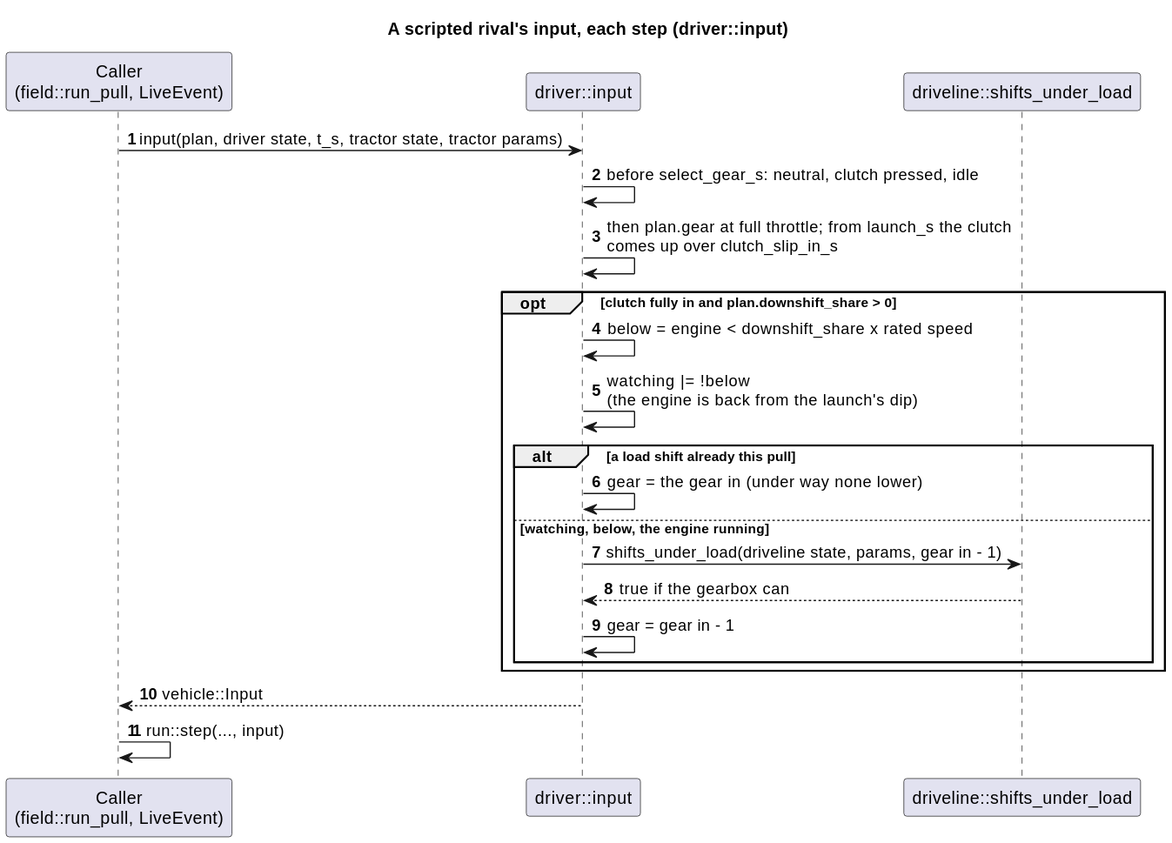
Above: docs/diagrams/svg/driver_input_sequence.svg in wversteeg/TractorPulling (PlantUML), before the change.
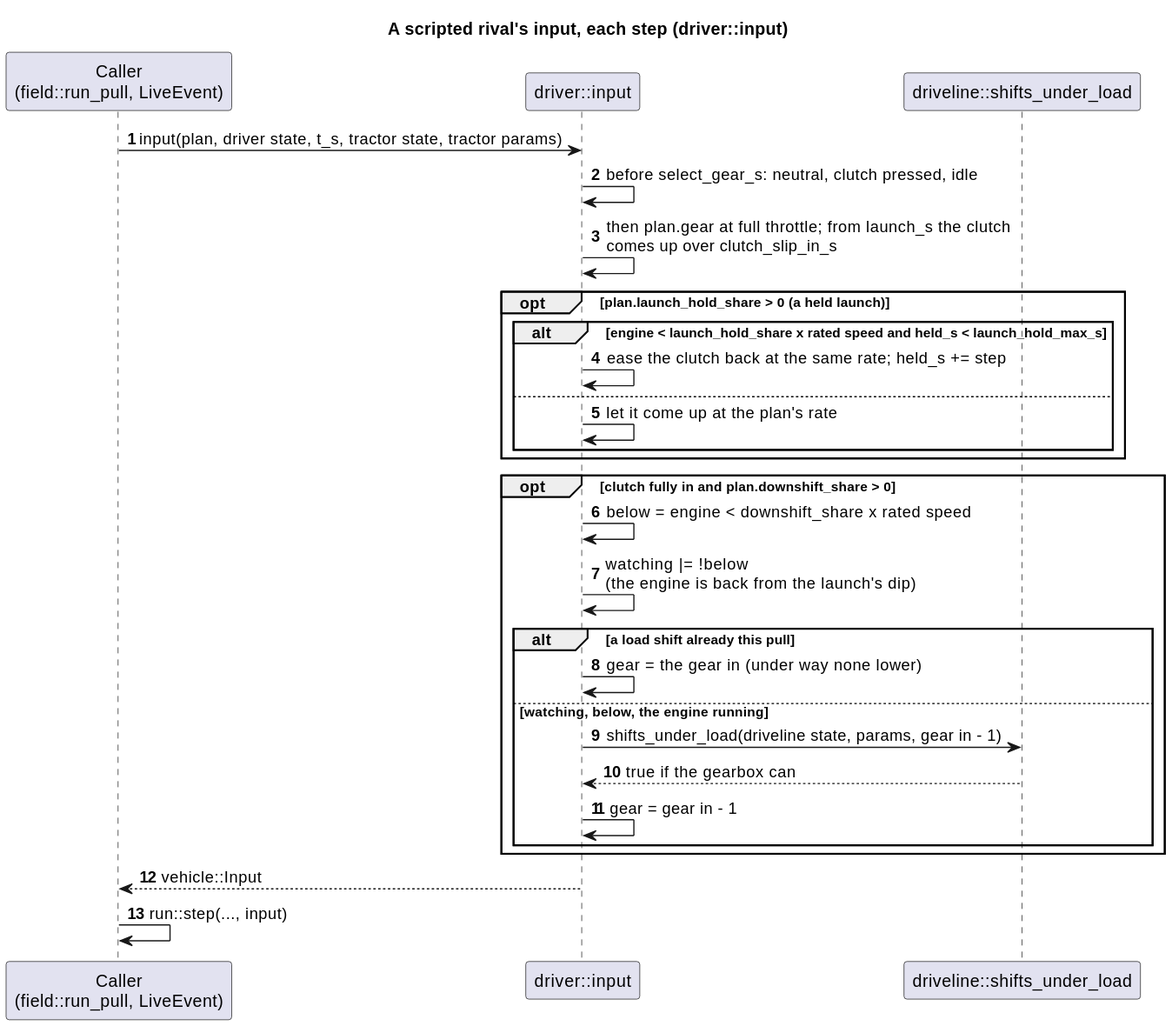
The same file after the commit.

Change to the diagram source:
```diff
@@ -8,6 +8,13 @@
 Caller -> Driver : input(plan, driver state, t_s, tractor state, tractor params)
 Driver -> Driver : before select_gear_s: neutral, clutch pressed, idle
 Driver -> Driver : then plan.gear at full throttle; from launch_s the clutch\ncomes up over clutch_slip_in_s
+opt plan.launch_hold_share > 0 (a held launch)
+  alt engine < launch_hold_share x rated speed and held_s < launch_hold_max_s
+    Driver -> Driver : ease the clutch back at the same rate; held_s += step
+  else
+    Driver -> Driver : let it come up at the plan's rate
+  end
+end
 opt clutch fully in and plan.downshift_share > 0
   Driver -> Driver : below = engine < downshift_share x rated speed
   Driver -> Driver : watching |= !below\n(the engine is back from the launch's dip)
```
